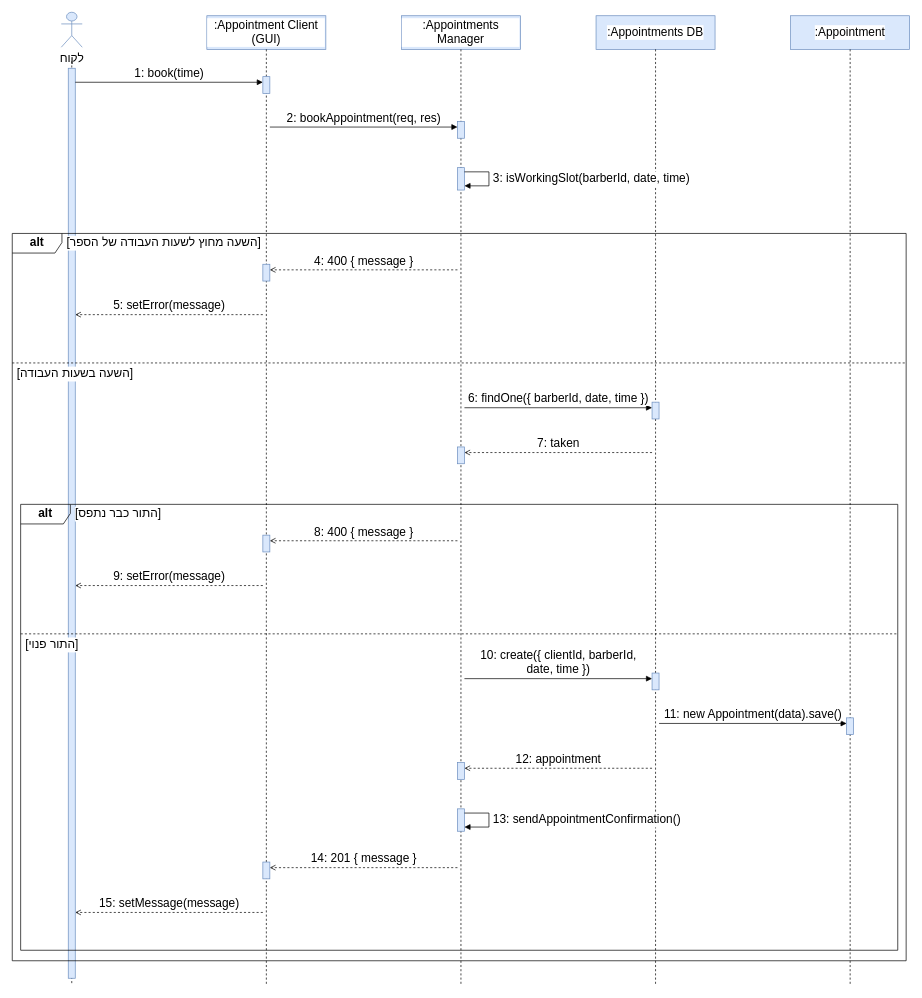
Earlier version of the draw.io diagram diagrams/OBJ-BookAppointment-2.drawio (arielkaplan20/project_Golden_Hair_Salon). Source tidied: cells renumbered, new cells numbered last; positions are measured from the earlier drawing's top-left corner, leaving out a move shared by most shapes. Both pictures are drawn from the tidied source at 70%, with x=0, y=0 at pixel (12, 12).
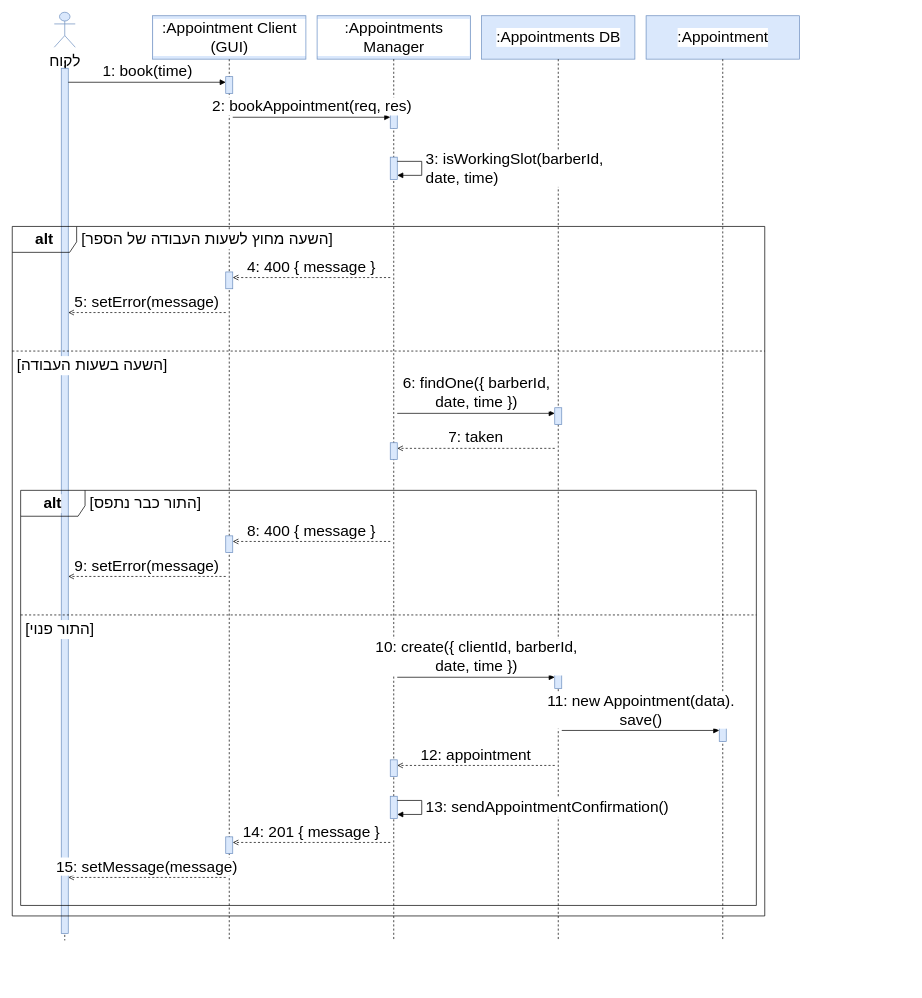
The same diagram, later.

What changed in the source:
```diff
@@
-    <mxCell id="2" value="לקוח" style="shape=umlActor;verticalLabelPosition=bottom;verticalAlign=top;html=1;fillColor=#dae8fc;strokeColor=#6c8ebf;fontSize=17;labelBackgroundColor=#ffffff;" parent="1" vertex="1">
-      <mxGeometry x="70" width="30" height="50" as="geometry" />
+    <mxCell id="2" value="לקוח" style="shape=umlActor;verticalLabelPosition=bottom;verticalAlign=top;html=1;fillColor=#dae8fc;strokeColor=#6c8ebf;fontSize=22;labelBackgroundColor=#ffffff;" parent="1" vertex="1">
+      <mxGeometry x="60" width="30" height="50" as="geometry" />
     </mxCell>
-    <mxCell id="3" value=":Appointment Client (GUI)" style="rounded=0;whiteSpace=wrap;html=1;fillColor=#dae8fc;strokeColor=#6c8ebf;fontSize=17;labelBackgroundColor=#ffffff;" parent="1" vertex="1">
-      <mxGeometry x="278" y="5" width="170" height="48" as="geometry" />
+    <mxCell id="3" value=":Appointment Client (GUI)" style="rounded=0;whiteSpace=wrap;html=1;fillColor=#dae8fc;strokeColor=#6c8ebf;fontSize=22;labelBackgroundColor=#ffffff;" parent="1" vertex="1">
+      <mxGeometry x="200.5" y="5" width="219" height="62" as="geometry" />
     </mxCell>
-    <mxCell id="4" value=":Appointments Manager" style="rounded=0;whiteSpace=wrap;html=1;fillColor=#dae8fc;strokeColor=#6c8ebf;fontSize=17;labelBackgroundColor=#ffffff;" parent="1" vertex="1">
-      <mxGeometry x="556" y="5" width="170" height="48" as="geometry" />
+    <mxCell id="4" value=":Appointments Manager" style="rounded=0;whiteSpace=wrap;html=1;fillColor=#dae8fc;strokeColor=#6c8ebf;fontSize=22;labelBackgroundColor=#ffffff;" parent="1" vertex="1">
+      <mxGeometry x="435.5" y="5" width="219" height="62" as="geometry" />
     </mxCell>
-    <mxCell id="5" value=":Appointments DB" style="rounded=0;whiteSpace=wrap;html=1;fillColor=#dae8fc;strokeColor=#6c8ebf;fontSize=17;labelBackgroundColor=#ffffff;" parent="1" vertex="1">
-      <mxGeometry x="834" y="5" width="170" height="48" as="geometry" />
+    <mxCell id="5" value=":Appointments DB" style="rounded=0;whiteSpace=wrap;html=1;fillColor=#dae8fc;strokeColor=#6c8ebf;fontSize=22;labelBackgroundColor=#ffffff;" parent="1" vertex="1">
+      <mxGeometry x="670.5" y="5" width="219" height="62" as="geometry" />
     </mxCell>
-    <mxCell id="6" value=":Appointment" style="rounded=0;whiteSpace=wrap;html=1;fillColor=#dae8fc;strokeColor=#6c8ebf;fontSize=17;labelBackgroundColor=#ffffff;" parent="1" vertex="1">
-      <mxGeometry x="1112" y="5" width="170" height="48" as="geometry" />
+    <mxCell id="6" value=":Appointment" style="rounded=0;whiteSpace=wrap;html=1;fillColor=#dae8fc;strokeColor=#6c8ebf;fontSize=22;labelBackgroundColor=#ffffff;" parent="1" vertex="1">
+      <mxGeometry x="905.5" y="5" width="219" height="62" as="geometry" />
     </mxCell>
     <mxCell id="7" style="endArrow=none;html=1;dashed=1;strokeColor=#000000;" parent="1" edge="1">
       <mxGeometry relative="1" as="geometry">
-        <mxPoint x="85" y="70" as="sourcePoint" />
-        <mxPoint x="85" y="1390" as="targetPoint" />
+        <mxPoint x="75" y="70" as="sourcePoint" />
+        <mxPoint x="75" y="1326" as="targetPoint" />
       </mxGeometry>
     </mxCell>
     <mxCell id="8" style="rounded=0;html=1;fillColor=#dae8fc;strokeColor=#6c8ebf;" parent="1" vertex="1">
-      <mxGeometry x="80" y="80" width="10" height="1300" as="geometry" />
+      <mxGeometry x="70" y="80" width="10" height="1236" as="geometry" />
     </mxCell>
     <mxCell id="9" style="endArrow=none;html=1;dashed=1;strokeColor=#000000;" parent="1" edge="1">
       <mxGeometry relative="1" as="geometry">
-        <mxPoint x="363" y="53" as="sourcePoint" />
-        <mxPoint x="363" y="1390" as="targetPoint" />
+        <mxPoint x="310" y="67" as="sourcePoint" />
+        <mxPoint x="310" y="1326" as="targetPoint" />
       </mxGeometry>
     </mxCell>
     <mxCell id="10" style="endArrow=none;html=1;dashed=1;strokeColor=#000000;" parent="1" edge="1">
       <mxGeometry relative="1" as="geometry">
-        <mxPoint x="641" y="53" as="sourcePoint" />
-        <mxPoint x="641" y="1390" as="targetPoint" />
+        <mxPoint x="545" y="67" as="sourcePoint" />
+        <mxPoint x="545" y="1326" as="targetPoint" />
       </mxGeometry>
     </mxCell>
     <mxCell id="11" style="endArrow=none;html=1;dashed=1;strokeColor=#000000;" parent="1" edge="1">
       <mxGeometry relative="1" as="geometry">
-        <mxPoint x="919" y="53" as="sourcePoint" />
-        <mxPoint x="919" y="1390" as="targetPoint" />
+        <mxPoint x="780" y="67" as="sourcePoint" />
+        <mxPoint x="780" y="1326" as="targetPoint" />
       </mxGeometry>
     </mxCell>
     <mxCell id="12" style="endArrow=none;html=1;dashed=1;strokeColor=#000000;" parent="1" edge="1">
       <mxGeometry relative="1" as="geometry">
-        <mxPoint x="1197" y="53" as="sourcePoint" />
-        <mxPoint x="1197" y="1390" as="targetPoint" />
+        <mxPoint x="1015" y="67" as="sourcePoint" />
+        <mxPoint x="1015" y="1326" as="targetPoint" />
       </mxGeometry>
     </mxCell>
     <mxCell id="13" style="rounded=0;html=1;fillColor=#dae8fc;strokeColor=#6c8ebf;" parent="1" vertex="1">
-      <mxGeometry x="358" y="92" width="10" height="24" as="geometry" />
+      <mxGeometry x="305" y="92" width="10" height="24" as="geometry" />
     </mxCell>
     <mxCell id="14" style="rounded=0;html=1;fillColor=#dae8fc;strokeColor=#6c8ebf;" parent="1" vertex="1">
-      <mxGeometry x="636" y="156" width="10" height="24" as="geometry" />
+      <mxGeometry x="540" y="142" width="10" height="24" as="geometry" />
     </mxCell>
     <mxCell id="15" style="rounded=0;html=1;fillColor=#dae8fc;strokeColor=#6c8ebf;" parent="1" vertex="1">
-      <mxGeometry x="636" y="222" width="10" height="32" as="geometry" />
+      <mxGeometry x="540" y="207" width="10" height="32" as="geometry" />
     </mxCell>
     <mxCell id="16" style="rounded=0;html=1;fillColor=#dae8fc;strokeColor=#6c8ebf;" parent="1" vertex="1">
-      <mxGeometry x="358" y="360" width="10" height="24" as="geometry" />
+      <mxGeometry x="305" y="371" width="10" height="24" as="geometry" />
     </mxCell>
     <mxCell id="17" style="rounded=0;html=1;fillColor=#dae8fc;strokeColor=#6c8ebf;" parent="1" vertex="1">
-      <mxGeometry x="914" y="557" width="10" height="24" as="geometry" />
+      <mxGeometry x="775" y="565" width="10" height="24" as="geometry" />
     </mxCell>
     <mxCell id="18" style="rounded=0;html=1;fillColor=#dae8fc;strokeColor=#6c8ebf;" parent="1" vertex="1">
-      <mxGeometry x="636" y="621" width="10" height="24" as="geometry" />
+      <mxGeometry x="540" y="615" width="10" height="24" as="geometry" />
     </mxCell>
     <mxCell id="19" style="rounded=0;html=1;fillColor=#dae8fc;strokeColor=#6c8ebf;" parent="1" vertex="1">
-      <mxGeometry x="358" y="747" width="10" height="24" as="geometry" />
+      <mxGeometry x="305" y="748" width="10" height="24" as="geometry" />
     </mxCell>
     <mxCell id="20" style="rounded=0;html=1;fillColor=#dae8fc;strokeColor=#6c8ebf;" parent="1" vertex="1">
-      <mxGeometry x="914" y="944" width="10" height="24" as="geometry" />
+      <mxGeometry x="775" y="942" width="10" height="24" as="geometry" />
     </mxCell>
     <mxCell id="21" style="rounded=0;html=1;fillColor=#dae8fc;strokeColor=#6c8ebf;" parent="1" vertex="1">
-      <mxGeometry x="1192" y="1008" width="10" height="24" as="geometry" />
+      <mxGeometry x="1010" y="1018" width="10" height="24" as="geometry" />
     </mxCell>
     <mxCell id="22" style="rounded=0;html=1;fillColor=#dae8fc;strokeColor=#6c8ebf;" parent="1" vertex="1">
-      <mxGeometry x="636" y="1072" width="10" height="24" as="geometry" />
+      <mxGeometry x="540" y="1068" width="10" height="24" as="geometry" />
     </mxCell>
     <mxCell id="23" style="rounded=0;html=1;fillColor=#dae8fc;strokeColor=#6c8ebf;" parent="1" vertex="1">
-      <mxGeometry x="636" y="1138" width="10" height="32" as="geometry" />
+      <mxGeometry x="540" y="1120" width="10" height="32" as="geometry" />
     </mxCell>
     <mxCell id="24" style="rounded=0;html=1;fillColor=#dae8fc;strokeColor=#6c8ebf;" parent="1" vertex="1">
-      <mxGeometry x="358" y="1214" width="10" height="24" as="geometry" />
+      <mxGeometry x="305" y="1178" width="10" height="24" as="geometry" />
     </mxCell>
-    <mxCell id="25" value="&lt;b&gt;alt&lt;/b&gt;" style="shape=umlFrame;whiteSpace=wrap;html=1;width=71;height=28;fillColor=none;fontSize=17;labelBackgroundColor=#ffffff;" parent="1" vertex="1">
-      <mxGeometry y="316" width="1277" height="1039" as="geometry" />
+    <mxCell id="25" value="&lt;b&gt;alt&lt;/b&gt;" style="shape=umlFrame;whiteSpace=wrap;html=1;width=92;height=37;fillColor=none;fontSize=22;labelBackgroundColor=#ffffff;" parent="1" vertex="1">
+      <mxGeometry y="306" width="1075" height="985" as="geometry" />
     </mxCell>
-    <mxCell id="26" value="&lt;span style='background:#ffffff'&gt;[השעה מחוץ לשעות העבודה של הספר]&lt;/span&gt;" style="text;html=1;align=left;verticalAlign=middle;whiteSpace=nowrap;fillColor=none;strokeColor=none;fontSize=17;labelBackgroundColor=#ffffff;" parent="1" vertex="1">
-      <mxGeometry x="76" y="316" width="400" height="28" as="geometry" />
+    <mxCell id="26" value="&lt;span style='background:#ffffff'&gt;[השעה מחוץ לשעות העבודה של הספר]&lt;/span&gt;" style="text;html=1;align=left;verticalAlign=middle;whiteSpace=nowrap;fillColor=none;strokeColor=none;fontSize=22;labelBackgroundColor=#ffffff;" parent="1" vertex="1">
+      <mxGeometry x="97" y="306" width="400" height="37" as="geometry" />
     </mxCell>
     <mxCell id="27" style="endArrow=none;html=1;dashed=1;" parent="1" edge="1">
       <mxGeometry relative="1" as="geometry">
-        <mxPoint y="501" as="sourcePoint" />
-        <mxPoint x="1277" y="501" as="targetPoint" />
+        <mxPoint y="484" as="sourcePoint" />
+        <mxPoint x="1075" y="484" as="targetPoint" />
       </mxGeometry>
     </mxCell>
-    <mxCell id="28" value="&lt;span style='background:#ffffff'&gt;[השעה בשעות העבודה]&lt;/span&gt;" style="text;html=1;align=left;verticalAlign=middle;whiteSpace=nowrap;fillColor=none;strokeColor=none;fontSize=17;labelBackgroundColor=#ffffff;" parent="1" vertex="1">
-      <mxGeometry x="5" y="503" width="400" height="28" as="geometry" />
+    <mxCell id="28" value="&lt;span style='background:#ffffff'&gt;[השעה בשעות העבודה]&lt;/span&gt;" style="text;html=1;align=left;verticalAlign=middle;whiteSpace=nowrap;fillColor=none;strokeColor=none;fontSize=22;labelBackgroundColor=#ffffff;" parent="1" vertex="1">
+      <mxGeometry x="5" y="486" width="400" height="37" as="geometry" />
     </mxCell>
-    <mxCell id="29" value="&lt;b&gt;alt&lt;/b&gt;" style="shape=umlFrame;whiteSpace=wrap;html=1;width=71;height=28;fillColor=none;fontSize=17;labelBackgroundColor=#ffffff;" parent="1" vertex="1">
-      <mxGeometry x="12" y="703" width="1253" height="637" as="geometry" />
+    <mxCell id="29" value="&lt;b&gt;alt&lt;/b&gt;" style="shape=umlFrame;whiteSpace=wrap;html=1;width=92;height=37;fillColor=none;fontSize=22;labelBackgroundColor=#ffffff;" parent="1" vertex="1">
+      <mxGeometry x="12" y="683" width="1051" height="593" as="geometry" />
     </mxCell>
-    <mxCell id="30" value="&lt;span style='background:#ffffff'&gt;[התור כבר נתפס]&lt;/span&gt;" style="text;html=1;align=left;verticalAlign=middle;whiteSpace=nowrap;fillColor=none;strokeColor=none;fontSize=17;labelBackgroundColor=#ffffff;" parent="1" vertex="1">
-      <mxGeometry x="88" y="703" width="400" height="28" as="geometry" />
+    <mxCell id="30" value="&lt;span style='background:#ffffff'&gt;[התור כבר נתפס]&lt;/span&gt;" style="text;html=1;align=left;verticalAlign=middle;whiteSpace=nowrap;fillColor=none;strokeColor=none;fontSize=22;labelBackgroundColor=#ffffff;" parent="1" vertex="1">
+      <mxGeometry x="109" y="683" width="400" height="37" as="geometry" />
     </mxCell>
     <mxCell id="31" style="endArrow=none;html=1;dashed=1;" parent="1" edge="1">
       <mxGeometry relative="1" as="geometry">
-        <mxPoint x="12" y="888" as="sourcePoint" />
-        <mxPoint x="1265" y="888" as="targetPoint" />
+        <mxPoint x="12" y="861" as="sourcePoint" />
+        <mxPoint x="1063" y="861" as="targetPoint" />
       </mxGeometry>
     </mxCell>
-    <mxCell id="32" value="&lt;span style='background:#ffffff'&gt;[התור פנוי]&lt;/span&gt;" style="text;html=1;align=left;verticalAlign=middle;whiteSpace=nowrap;fillColor=none;strokeColor=none;fontSize=17;labelBackgroundColor=#ffffff;" parent="1" vertex="1">
-      <mxGeometry x="17" y="890" width="400" height="28" as="geometry" />
+    <mxCell id="32" value="&lt;span style='background:#ffffff'&gt;[התור פנוי]&lt;/span&gt;" style="text;html=1;align=left;verticalAlign=middle;whiteSpace=nowrap;fillColor=none;strokeColor=none;fontSize=22;labelBackgroundColor=#ffffff;" parent="1" vertex="1">
+      <mxGeometry x="17" y="863" width="400" height="37" as="geometry" />
     </mxCell>
-    <mxCell id="33" value="1: book(time)" style="endArrow=block;endFill=1;html=1;rounded=0;verticalAlign=bottom;labelBackgroundColor=none;fontSize=17;labelBackgroundColor=#ffffff;" parent="1" edge="1">
+    <mxCell id="33" value="1: book(time)" style="endArrow=block;endFill=1;html=1;rounded=0;verticalAlign=bottom;labelBackgroundColor=none;fontSize=22;labelBackgroundColor=#ffffff;" parent="1" edge="1">
       <mxGeometry relative="1" as="geometry">
-        <mxPoint x="90" y="100" as="sourcePoint" />
-        <mxPoint x="358" y="100" as="targetPoint" />
+        <mxPoint x="80" y="100" as="sourcePoint" />
+        <mxPoint x="305" y="100" as="targetPoint" />
       </mxGeometry>
     </mxCell>
-    <mxCell id="34" value="2: bookAppointment(req, res)" style="endArrow=block;endFill=1;html=1;rounded=0;verticalAlign=bottom;labelBackgroundColor=none;fontSize=17;labelBackgroundColor=#ffffff;" parent="1" edge="1">
+    <mxCell id="34" value="2: bookAppointment(req, res)" style="endArrow=block;endFill=1;html=1;rounded=0;verticalAlign=bottom;labelBackgroundColor=none;fontSize=22;labelBackgroundColor=#ffffff;" parent="1" edge="1">
       <mxGeometry relative="1" as="geometry">
-        <mxPoint x="368" y="164" as="sourcePoint" />
-        <mxPoint x="636" y="164" as="targetPoint" />
+        <mxPoint x="315" y="150" as="sourcePoint" />
+        <mxPoint x="540" y="150" as="targetPoint" />
       </mxGeometry>
     </mxCell>
-    <mxCell id="35" value="3: isWorkingSlot(barberId, date, time)" style="endArrow=block;endFill=1;html=1;rounded=0;align=left;spacingLeft=4;labelBackgroundColor=none;fontSize=17;labelBackgroundColor=#ffffff;" parent="1" edge="1">
+    <mxCell id="35" value="3: isWorkingSlot(barberId,&lt;br&gt;date, time)" style="endArrow=block;endFill=1;html=1;rounded=0;align=left;spacingLeft=4;labelBackgroundColor=none;fontSize=22;labelBackgroundColor=#ffffff;" parent="1" edge="1">
       <mxGeometry relative="1" as="geometry">
-        <mxPoint x="646" y="228" as="sourcePoint" />
-        <mxPoint x="646" y="248" as="targetPoint" />
+        <mxPoint x="550" y="213" as="sourcePoint" />
+        <mxPoint x="550" y="233" as="targetPoint" />
         <Array as="points">
-          <mxPoint x="681" y="228" />
-          <mxPoint x="681" y="248" />
+          <mxPoint x="585" y="213" />
+          <mxPoint x="585" y="233" />
         </Array>
       </mxGeometry>
     </mxCell>
-    <mxCell id="36" value="4: 400 { message }" style="endArrow=open;endFill=0;html=1;rounded=0;dashed=1;verticalAlign=bottom;labelBackgroundColor=none;fontSize=17;labelBackgroundColor=#ffffff;" parent="1" edge="1">
+    <mxCell id="36" value="4: 400 { message }" style="endArrow=open;endFill=0;html=1;rounded=0;dashed=1;verticalAlign=bottom;labelBackgroundColor=none;fontSize=22;labelBackgroundColor=#ffffff;" parent="1" edge="1">
       <mxGeometry relative="1" as="geometry">
-        <mxPoint x="636" y="368" as="sourcePoint" />
-        <mxPoint x="368" y="368" as="targetPoint" />
+        <mxPoint x="540" y="379" as="sourcePoint" />
+        <mxPoint x="315" y="379" as="targetPoint" />
       </mxGeometry>
     </mxCell>
-    <mxCell id="37" value="5: setError(message)" style="endArrow=open;endFill=0;html=1;rounded=0;dashed=1;verticalAlign=bottom;labelBackgroundColor=none;fontSize=17;labelBackgroundColor=#ffffff;" parent="1" edge="1">
+    <mxCell id="37" value="5: setError(message)" style="endArrow=open;endFill=0;html=1;rounded=0;dashed=1;verticalAlign=bottom;labelBackgroundColor=none;fontSize=22;labelBackgroundColor=#ffffff;" parent="1" edge="1">
       <mxGeometry relative="1" as="geometry">
-        <mxPoint x="358" y="432" as="sourcePoint" />
-        <mxPoint x="90" y="432" as="targetPoint" />
+        <mxPoint x="305" y="429" as="sourcePoint" />
+        <mxPoint x="80" y="429" as="targetPoint" />
       </mxGeometry>
     </mxCell>
-    <mxCell id="38" value="6: findOne({ barberId, date, time })" style="endArrow=block;endFill=1;html=1;rounded=0;verticalAlign=bottom;labelBackgroundColor=none;fontSize=17;labelBackgroundColor=#ffffff;" parent="1" edge="1">
+    <mxCell id="38" value="6: findOne({ barberId,&lt;br&gt;date, time })" style="endArrow=block;endFill=1;html=1;rounded=0;verticalAlign=bottom;labelBackgroundColor=none;fontSize=22;labelBackgroundColor=#ffffff;" parent="1" edge="1">
       <mxGeometry relative="1" as="geometry">
-        <mxPoint x="646" y="565" as="sourcePoint" />
-        <mxPoint x="914" y="565" as="targetPoint" />
+        <mxPoint x="550" y="573" as="sourcePoint" />
+        <mxPoint x="775" y="573" as="targetPoint" />
       </mxGeometry>
     </mxCell>
-    <mxCell id="39" value="7: taken" style="endArrow=open;endFill=0;html=1;rounded=0;dashed=1;verticalAlign=bottom;labelBackgroundColor=none;fontSize=17;labelBackgroundColor=#ffffff;" parent="1" edge="1">
+    <mxCell id="39" value="7: taken" style="endArrow=open;endFill=0;html=1;rounded=0;dashed=1;verticalAlign=bottom;labelBackgroundColor=none;fontSize=22;labelBackgroundColor=#ffffff;" parent="1" edge="1">
       <mxGeometry relative="1" as="geometry">
-        <mxPoint x="914" y="629" as="sourcePoint" />
-        <mxPoint x="646" y="629" as="targetPoint" />
+        <mxPoint x="775" y="623" as="sourcePoint" />
+        <mxPoint x="550" y="623" as="targetPoint" />
       </mxGeometry>
     </mxCell>
-    <mxCell id="40" value="8: 400 { message }" style="endArrow=open;endFill=0;html=1;rounded=0;dashed=1;verticalAlign=bottom;labelBackgroundColor=none;fontSize=17;labelBackgroundColor=#ffffff;" parent="1" edge="1">
+    <mxCell id="40" value="8: 400 { message }" style="endArrow=open;endFill=0;html=1;rounded=0;dashed=1;verticalAlign=bottom;labelBackgroundColor=none;fontSize=22;labelBackgroundColor=#ffffff;" parent="1" edge="1">
       <mxGeometry relative="1" as="geometry">
-        <mxPoint x="636" y="755" as="sourcePoint" />
-        <mxPoint x="368" y="755" as="targetPoint" />
+        <mxPoint x="540" y="756" as="sourcePoint" />
+        <mxPoint x="315" y="756" as="targetPoint" />
       </mxGeometry>
     </mxCell>
-    <mxCell id="41" value="9: setError(message)" style="endArrow=open;endFill=0;html=1;rounded=0;dashed=1;verticalAlign=bottom;labelBackgroundColor=none;fontSize=17;labelBackgroundColor=#ffffff;" parent="1" edge="1">
+    <mxCell id="41" value="9: setError(message)" style="endArrow=open;endFill=0;html=1;rounded=0;dashed=1;verticalAlign=bottom;labelBackgroundColor=none;fontSize=22;labelBackgroundColor=#ffffff;" parent="1" edge="1">
       <mxGeometry relative="1" as="geometry">
-        <mxPoint x="358" y="819" as="sourcePoint" />
-        <mxPoint x="90" y="819" as="targetPoint" />
+        <mxPoint x="305" y="806" as="sourcePoint" />
+        <mxPoint x="80" y="806" as="targetPoint" />
       </mxGeometry>
     </mxCell>
-    <mxCell id="42" value="10: create({ clientId, barberId,&lt;br&gt;date, time })" style="endArrow=block;endFill=1;html=1;rounded=0;verticalAlign=bottom;labelBackgroundColor=none;fontSize=17;labelBackgroundColor=#ffffff;" parent="1" edge="1">
+    <mxCell id="42" value="10: create({ clientId, barberId,&lt;br&gt;date, time })" style="endArrow=block;endFill=1;html=1;rounded=0;verticalAlign=bottom;labelBackgroundColor=none;fontSize=22;labelBackgroundColor=#ffffff;" parent="1" edge="1">
       <mxGeometry relative="1" as="geometry">
-        <mxPoint x="646" y="952" as="sourcePoint" />
-        <mxPoint x="914" y="952" as="targetPoint" />
+        <mxPoint x="550" y="950" as="sourcePoint" />
+        <mxPoint x="775" y="950" as="targetPoint" />
       </mxGeometry>
     </mxCell>
-    <mxCell id="43" value="11: new Appointment(data).save()" style="endArrow=block;endFill=1;html=1;rounded=0;verticalAlign=bottom;labelBackgroundColor=none;fontSize=17;labelBackgroundColor=#ffffff;" parent="1" edge="1">
+    <mxCell id="43" value="11: new Appointment(data).&lt;br&gt;save()" style="endArrow=block;endFill=1;html=1;rounded=0;verticalAlign=bottom;labelBackgroundColor=none;fontSize=22;labelBackgroundColor=#ffffff;" parent="1" edge="1">
       <mxGeometry relative="1" as="geometry">
-        <mxPoint x="924" y="1016" as="sourcePoint" />
-        <mxPoint x="1192" y="1016" as="targetPoint" />
+        <mxPoint x="785" y="1026" as="sourcePoint" />
+        <mxPoint x="1010" y="1026" as="targetPoint" />
       </mxGeometry>
     </mxCell>
-    <mxCell id="44" value="12: appointment" style="endArrow=open;endFill=0;html=1;rounded=0;dashed=1;verticalAlign=bottom;labelBackgroundColor=none;fontSize=17;labelBackgroundColor=#ffffff;" parent="1" edge="1">
+    <mxCell id="44" value="12: appointment" style="endArrow=open;endFill=0;html=1;rounded=0;dashed=1;verticalAlign=bottom;labelBackgroundColor=none;fontSize=22;labelBackgroundColor=#ffffff;" parent="1" edge="1">
       <mxGeometry relative="1" as="geometry">
-        <mxPoint x="914" y="1080" as="sourcePoint" />
-        <mxPoint x="646" y="1080" as="targetPoint" />
+        <mxPoint x="775" y="1076" as="sourcePoint" />
+        <mxPoint x="550" y="1076" as="targetPoint" />
       </mxGeometry>
     </mxCell>
-    <mxCell id="45" value="13: sendAppointmentConfirmation()" style="endArrow=block;endFill=1;html=1;rounded=0;align=left;spacingLeft=4;labelBackgroundColor=none;fontSize=17;labelBackgroundColor=#ffffff;" parent="1" edge="1">
+    <mxCell id="45" value="13: sendAppointmentConfirmation()" style="endArrow=block;endFill=1;html=1;rounded=0;align=left;spacingLeft=4;labelBackgroundColor=none;fontSize=22;labelBackgroundColor=#ffffff;" parent="1" edge="1">
       <mxGeometry relative="1" as="geometry">
-        <mxPoint x="646" y="1144" as="sourcePoint" />
-        <mxPoint x="646" y="1164" as="targetPoint" />
+        <mxPoint x="550" y="1126" as="sourcePoint" />
+        <mxPoint x="550" y="1146" as="targetPoint" />
         <Array as="points">
-          <mxPoint x="681" y="1144" />
-          <mxPoint x="681" y="1164" />
+          <mxPoint x="585" y="1126" />
+          <mxPoint x="585" y="1146" />
         </Array>
       </mxGeometry>
     </mxCell>
-    <mxCell id="46" value="14: 201 { message }" style="endArrow=open;endFill=0;html=1;rounded=0;dashed=1;verticalAlign=bottom;labelBackgroundColor=none;fontSize=17;labelBackgroundColor=#ffffff;" parent="1" edge="1">
+    <mxCell id="46" value="14: 201 { message }" style="endArrow=open;endFill=0;html=1;rounded=0;dashed=1;verticalAlign=bottom;labelBackgroundColor=none;fontSize=22;labelBackgroundColor=#ffffff;" parent="1" edge="1">
       <mxGeometry relative="1" as="geometry">
-        <mxPoint x="636" y="1222" as="sourcePoint" />
-        <mxPoint x="368" y="1222" as="targetPoint" />
+        <mxPoint x="540" y="1186" as="sourcePoint" />
+        <mxPoint x="315" y="1186" as="targetPoint" />
       </mxGeometry>
     </mxCell>
-    <mxCell id="47" value="15: setMessage(message)" style="endArrow=open;endFill=0;html=1;rounded=0;dashed=1;verticalAlign=bottom;labelBackgroundColor=none;fontSize=17;labelBackgroundColor=#ffffff;" parent="1" edge="1">
+    <mxCell id="47" value="15: setMessage(message)" style="endArrow=open;endFill=0;html=1;rounded=0;dashed=1;verticalAlign=bottom;labelBackgroundColor=none;fontSize=22;labelBackgroundColor=#ffffff;" parent="1" edge="1">
       <mxGeometry relative="1" as="geometry">
-        <mxPoint x="358" y="1286" as="sourcePoint" />
-        <mxPoint x="90" y="1286" as="targetPoint" />
+        <mxPoint x="305" y="1236" as="sourcePoint" />
+        <mxPoint x="80" y="1236" as="targetPoint" />
       </mxGeometry>
     </mxCell>
```
